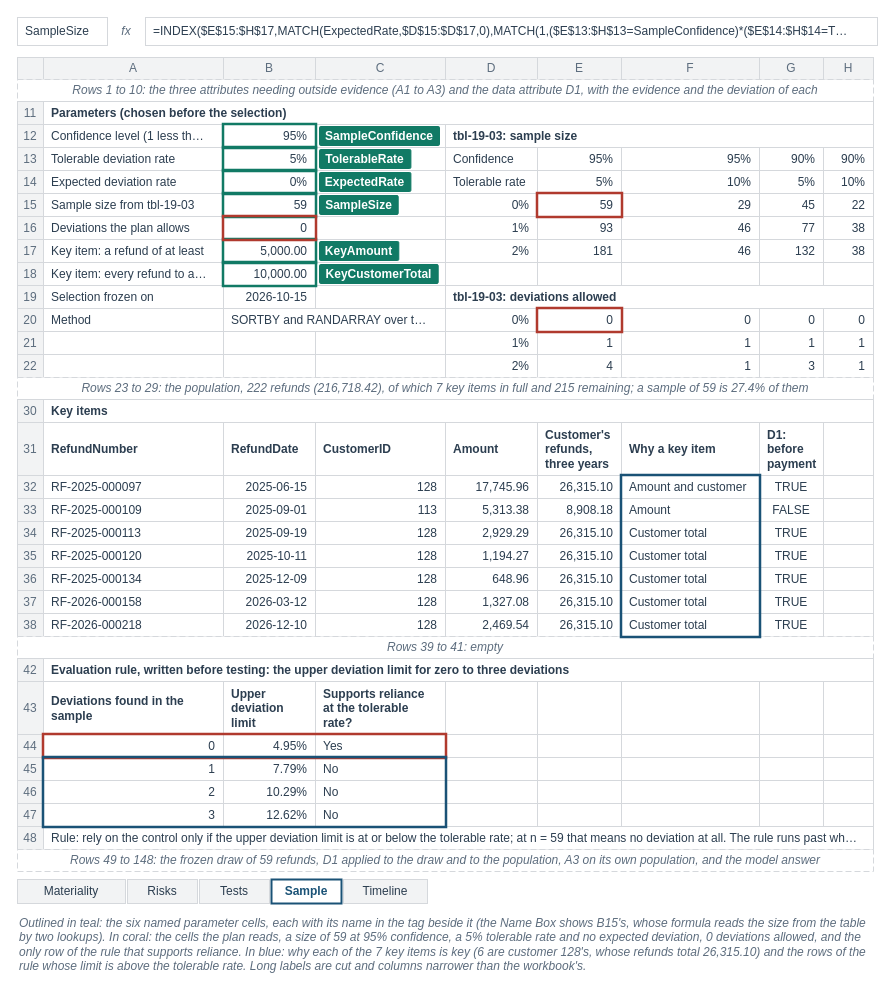
This is facts/instructor/figures/chapter-19-customer-credits-audit/IF-19-6-A.drawio from mmcodesso/Accounting_Analytics_Book, a draw.io file, before an edit. Source tidied: cells renumbered, new cells numbered last; positions are measured from the earlier drawing's top-left corner, leaving out a move shared by most shapes. Both pictures are drawn from the tidied source at 100%, with x=0, y=0 at pixel (17, 17).
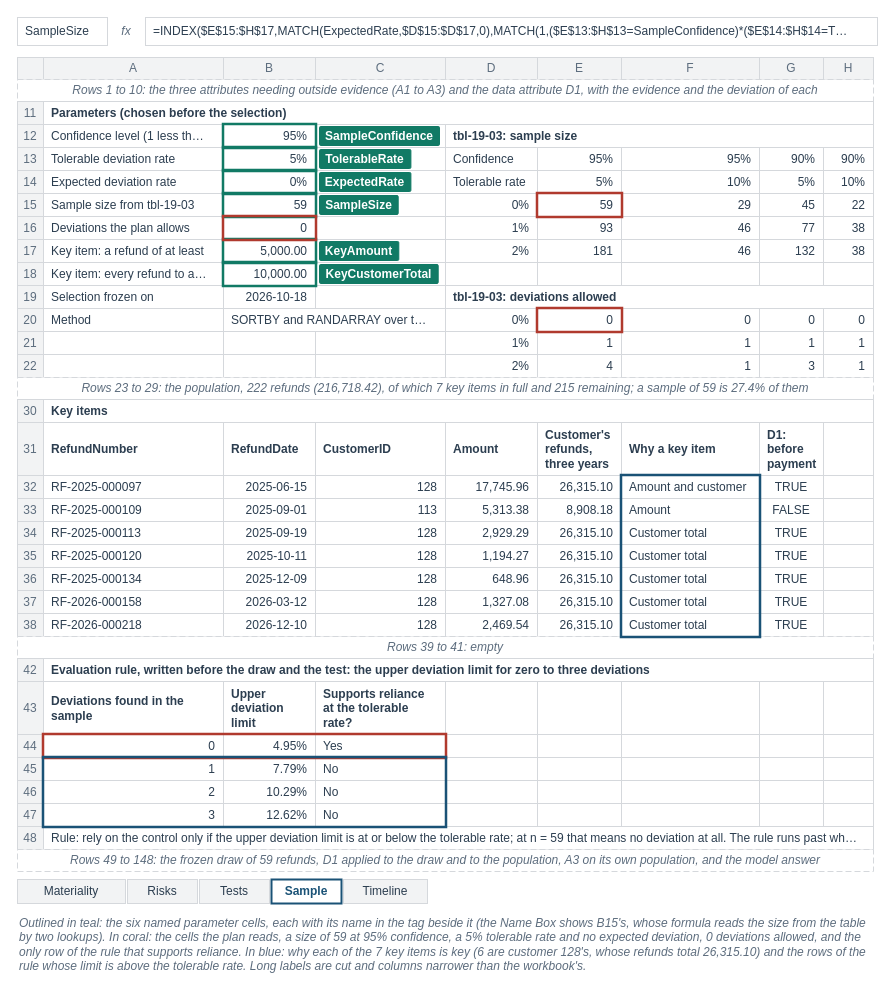
The same diagram, later.

What changed in the source:
```diff
@@
-    <mxCell id="79" value="&lt;span style=&quot;white-space:nowrap&quot;&gt;2026-10-15&lt;/span&gt;" style="rounded=0;arcSize=6;whiteSpace=wrap;html=1;fillColor=#FFFFFF;strokeColor=#D5D8DC;strokeWidth=1;fontColor=#2C3E50;fontSize=12;fontStyle=0;align=right;verticalAlign=middle;fontFamily=Helvetica;spacingLeft=6;spacingRight=6;" parent="1" vertex="1">
+    <mxCell id="79" value="&lt;span style=&quot;white-space:nowrap&quot;&gt;2026-10-18&lt;/span&gt;" style="rounded=0;arcSize=6;whiteSpace=wrap;html=1;fillColor=#FFFFFF;strokeColor=#D5D8DC;strokeWidth=1;fontColor=#2C3E50;fontSize=12;fontStyle=0;align=right;verticalAlign=middle;fontFamily=Helvetica;spacingLeft=6;spacingRight=6;" parent="1" vertex="1">
       <mxGeometry x="206" y="268" width="92" height="23" as="geometry" />
     </mxCell>
@@
-    <mxCell id="185" value="&lt;b&gt;Evaluation rule, written before testing: the upper deviation limit for zero to three deviations&lt;/b&gt;" style="rounded=0;arcSize=6;whiteSpace=wrap;html=1;fillColor=#FFFFFF;strokeColor=#D5D8DC;strokeWidth=1;fontColor=#2C3E50;fontSize=12;fontStyle=0;align=left;verticalAlign=middle;fontFamily=Helvetica;spacingLeft=6;spacingRight=6;" parent="1" vertex="1">
+    <mxCell id="185" value="&lt;b&gt;Evaluation rule, written before the draw and the test: the upper deviation limit for zero to three deviations&lt;/b&gt;" style="rounded=0;arcSize=6;whiteSpace=wrap;html=1;fillColor=#FFFFFF;strokeColor=#D5D8DC;strokeWidth=1;fontColor=#2C3E50;fontSize=12;fontStyle=0;align=left;verticalAlign=middle;fontFamily=Helvetica;spacingLeft=6;spacingRight=6;" parent="1" vertex="1">
       <mxGeometry x="26" y="641" width="830" height="23" as="geometry" />
     </mxCell>
```
